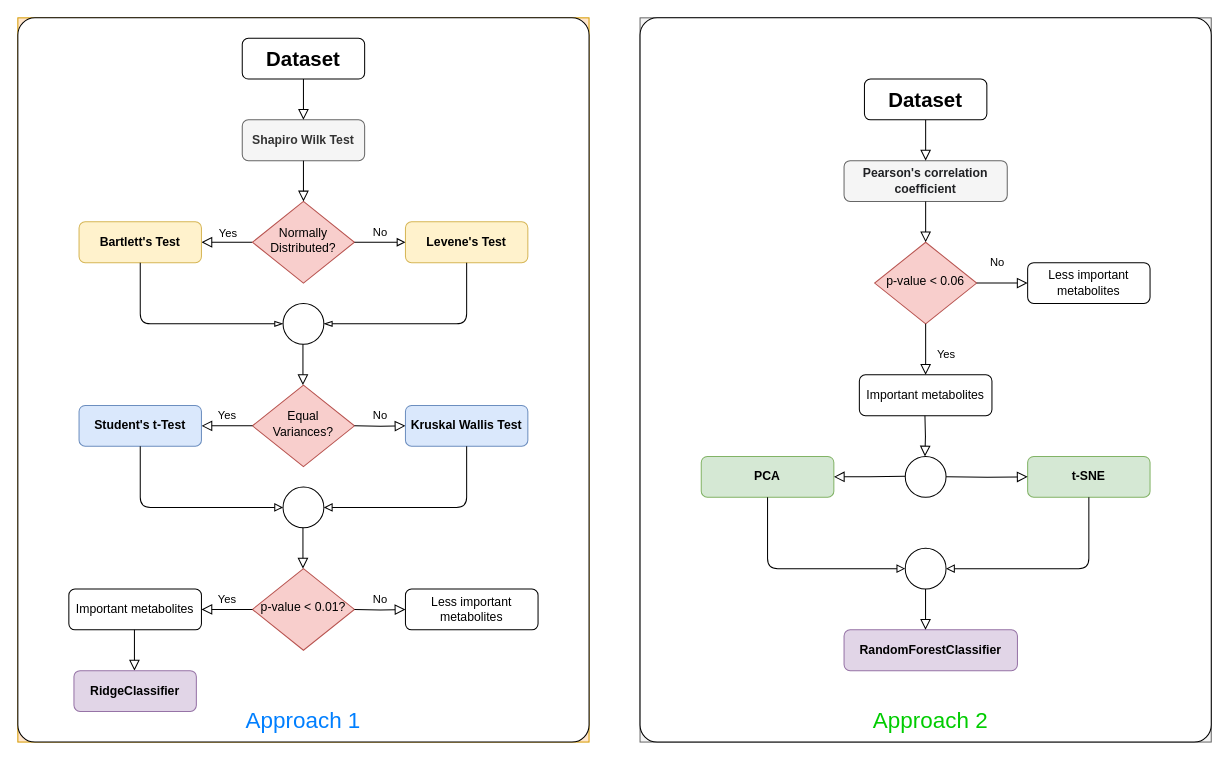
Above: final and best approach/Untitled Diagram.drawio in utshabkg/lung_cancer_biomarker (draw.io), before the change. Source tidied: cells renumbered, new cells numbered last; positions are measured from the earlier drawing's top-left corner, leaving out a move shared by most shapes. Both pictures are drawn from the tidied source at 102%, with x=0, y=0 at pixel (17, 17).
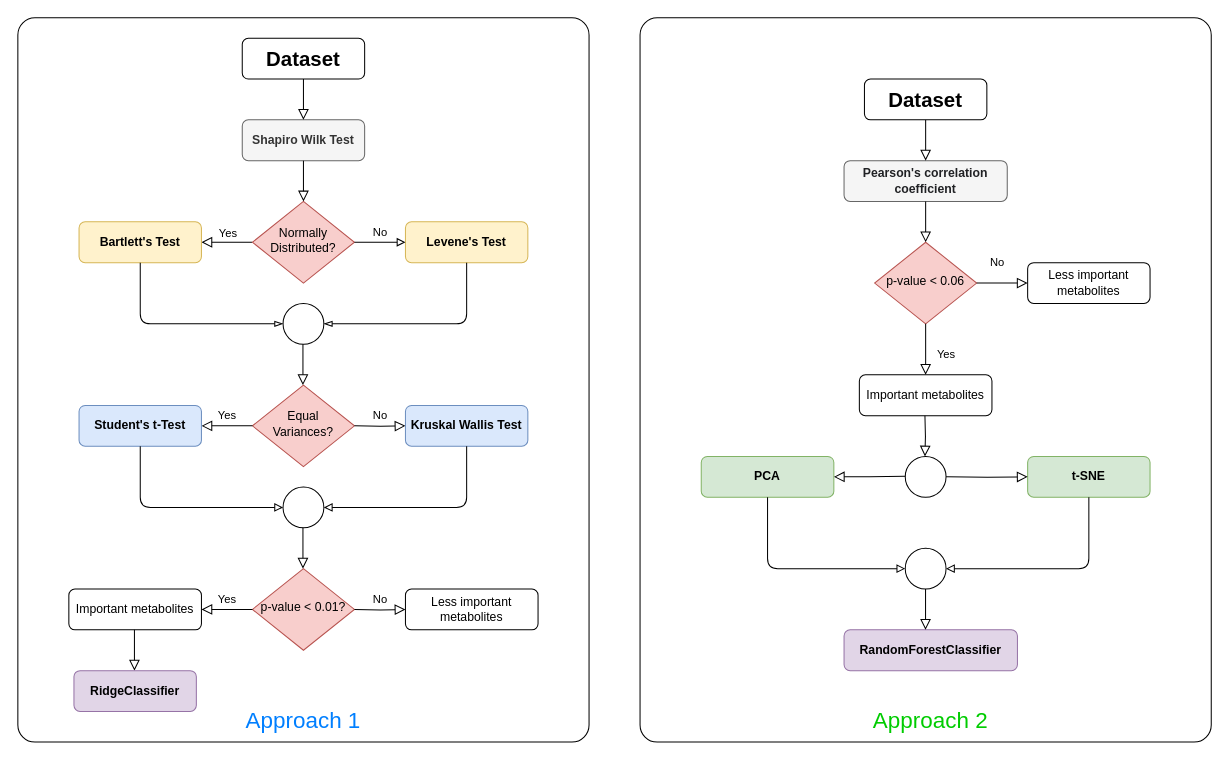
The same page after the edit.

Commit message:
remove unnecessary outlines

Change to the diagram source:
```diff
@@
-    <mxCell id="2" style="group;fillColor=#f5f5f5;strokeColor=#666666;fontColor=#333333;" parent="1" vertex="1">
+    <mxCell id="2" style="group;fontColor=#333333;dashed=1;" parent="1" vertex="1">
       <mxGeometry x="610" width="560" height="710" as="geometry" />
     </mxCell>
@@
-    <mxCell id="25" style="group;fillColor=#ffe6cc;strokeColor=#d79b00;" parent="1" vertex="1">
+    <mxCell id="25" style="group;" parent="1" vertex="1">
       <mxGeometry width="560" height="710" as="geometry" />
     </mxCell>
```
